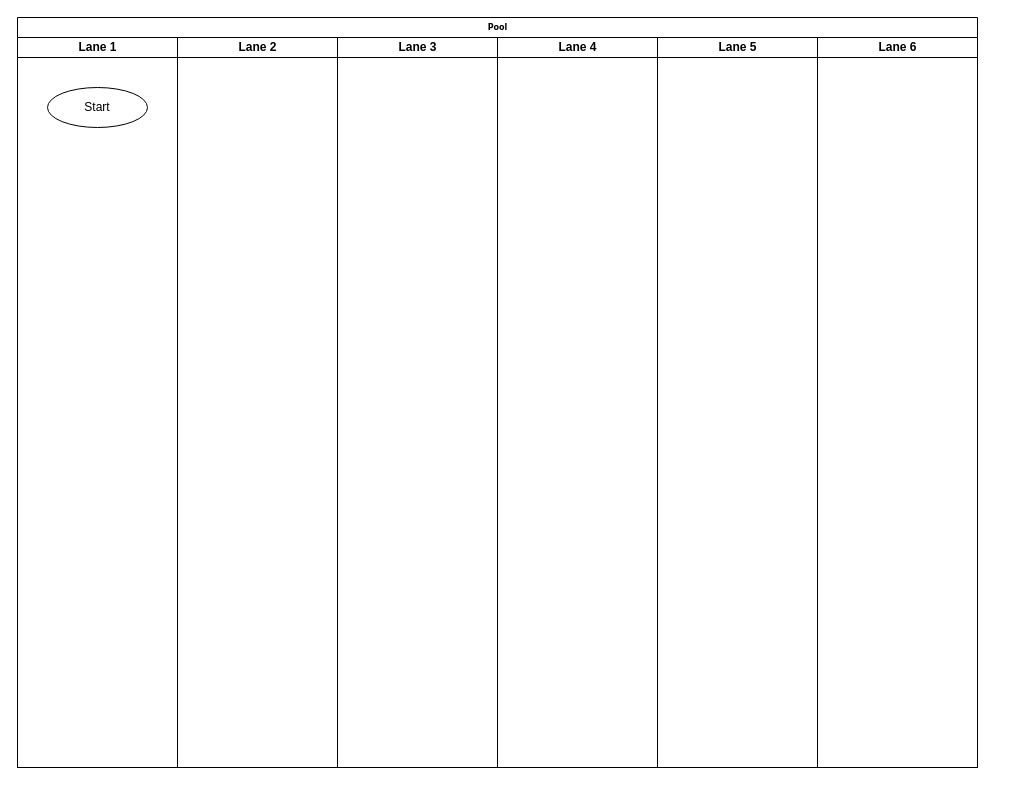
Earlier version of the draw.io diagram Untitled Diagram.drawio (Cash1595/Rajah__IT311-Project-Repo). Source tidied: cells renumbered, new cells numbered last; positions are measured from the earlier drawing's top-left corner, leaving out a move shared by most shapes. Both pictures are drawn from the tidied source at 100%, with x=0, y=0 at pixel (17, 17).
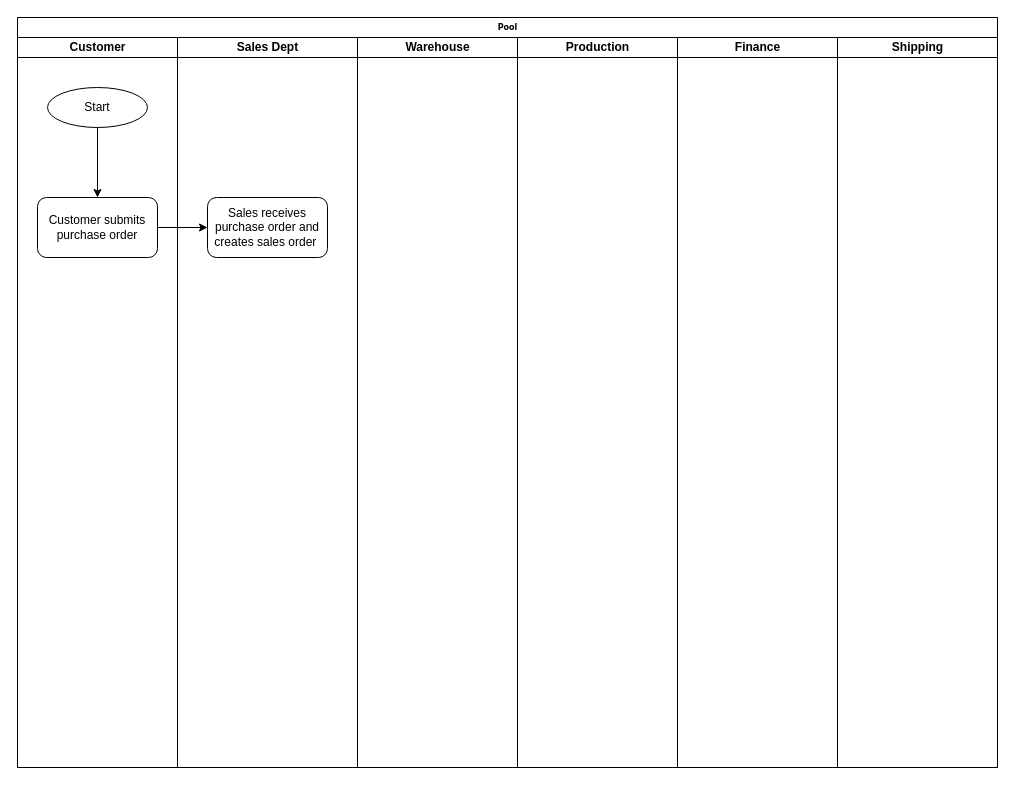
The same page after the edit.

The edit, as a diff of the source:
```diff
@@
 <mxGraphModel>
   <root>
     <mxCell id="0" />
     <mxCell id="1" parent="0" />
     <mxCell id="2" value="Pool" style="swimlane;html=1;startSize=20;rounded=0;shadow=0;labelBackgroundColor=none;strokeWidth=1;fontFamily=Verdana;fontSize=8;align=center;" parent="1" vertex="1">
-      <mxGeometry width="960" height="750" as="geometry" />
+      <mxGeometry width="980" height="750" as="geometry" />
     </mxCell>
-    <mxCell id="3" value="Lane 1" style="swimlane;html=1;startSize=20;" parent="2" vertex="1">
+    <mxCell id="3" value="Customer" style="swimlane;html=1;startSize=20;" parent="2" vertex="1">
       <mxGeometry y="20" width="160" height="730" as="geometry" />
     </mxCell>
+    <mxCell id="10" style="edgeStyle=orthogonalEdgeStyle;rounded=0;jettySize=auto;html=1;" parent="3" edge="1" source="4" target="11">
+      <mxGeometry relative="1" as="geometry" />
+    </mxCell>
     <mxCell id="4" value="Start" style="ellipse;whiteSpace=wrap;html=1;" parent="3" vertex="1">
       <mxGeometry x="30" y="50" width="100" height="40" as="geometry" />
     </mxCell>
+    <mxCell id="11" value="Customer submits purchase order" style="rounded=1;whiteSpace=wrap;html=1;" parent="3" vertex="1">
+      <mxGeometry x="20" y="160" width="120" height="60" as="geometry" />
+    </mxCell>
-    <mxCell id="5" value="Lane 2" style="swimlane;html=1;startSize=20;" parent="2" vertex="1">
-      <mxGeometry x="160" y="20" width="160" height="730" as="geometry" />
+    <mxCell id="5" value="Sales Dept" style="swimlane;html=1;startSize=20;" parent="2" vertex="1">
+      <mxGeometry x="160" y="20" width="180" height="730" as="geometry" />
     </mxCell>
+    <mxCell id="12" value="Sales receives purchase order and creates sales order&amp;nbsp;" style="rounded=1;whiteSpace=wrap;html=1;" parent="5" vertex="1">
+      <mxGeometry x="30" y="160" width="120" height="60" as="geometry" />
+    </mxCell>
-    <mxCell id="6" value="Lane 3" style="swimlane;html=1;startSize=20;" parent="2" vertex="1">
-      <mxGeometry x="320" y="20" width="160" height="730" as="geometry" />
+    <mxCell id="6" value="Warehouse" style="swimlane;html=1;startSize=20;" parent="2" vertex="1">
+      <mxGeometry x="340" y="20" width="160" height="730" as="geometry" />
     </mxCell>
-    <mxCell id="7" value="Lane 4" style="swimlane;html=1;startSize=20;" parent="2" vertex="1">
-      <mxGeometry x="480" y="20" width="160" height="730" as="geometry" />
+    <mxCell id="7" value="Production" style="swimlane;html=1;startSize=20;" parent="2" vertex="1">
+      <mxGeometry x="500" y="20" width="160" height="730" as="geometry" />
     </mxCell>
-    <mxCell id="8" value="Lane 5" style="swimlane;html=1;startSize=20;" parent="2" vertex="1">
-      <mxGeometry x="640" y="20" width="160" height="730" as="geometry" />
+    <mxCell id="8" value="Finance" style="swimlane;html=1;startSize=20;" parent="2" vertex="1">
+      <mxGeometry x="660" y="20" width="160" height="730" as="geometry" />
     </mxCell>
-    <mxCell id="9" value="Lane 6" style="swimlane;html=1;startSize=20;" parent="2" vertex="1">
-      <mxGeometry x="800" y="20" width="160" height="730" as="geometry" />
+    <mxCell id="9" value="Shipping" style="swimlane;html=1;startSize=20;" parent="2" vertex="1">
+      <mxGeometry x="820" y="20" width="160" height="730" as="geometry" />
     </mxCell>
+    <mxCell id="13" style="edgeStyle=orthogonalEdgeStyle;rounded=0;jettySize=auto;html=1;" parent="2" edge="1" source="11" target="12">
+      <mxGeometry relative="1" as="geometry" />
+    </mxCell>
   </root>
 </mxGraphModel>
```
